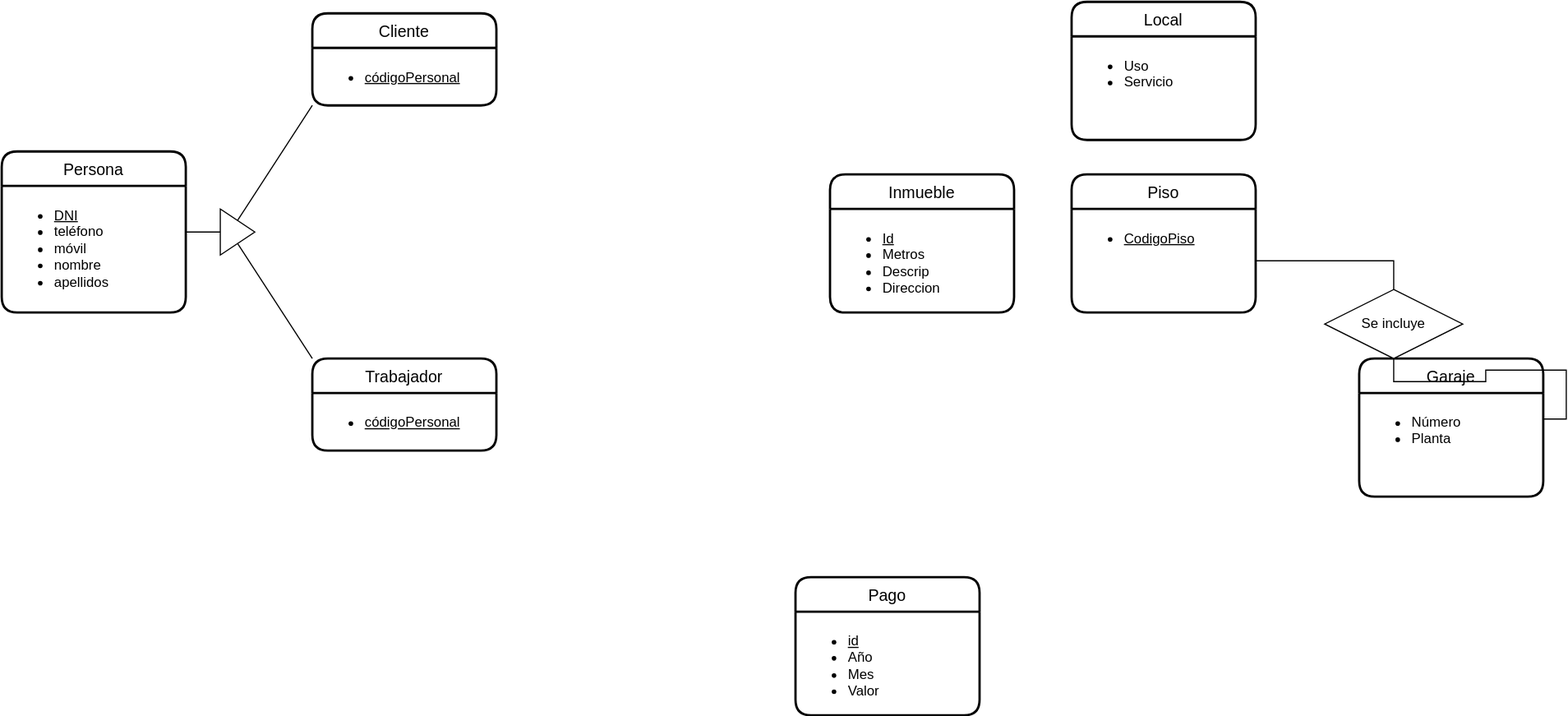
Before: UD12-18.svg, a diagram exported from draw.io (Jimxx22/C3-UD11-UML). Source tidied: cells renumbered, new cells last; positions are measured from the earlier drawing's top-left corner, leaving out a move shared by most shapes.
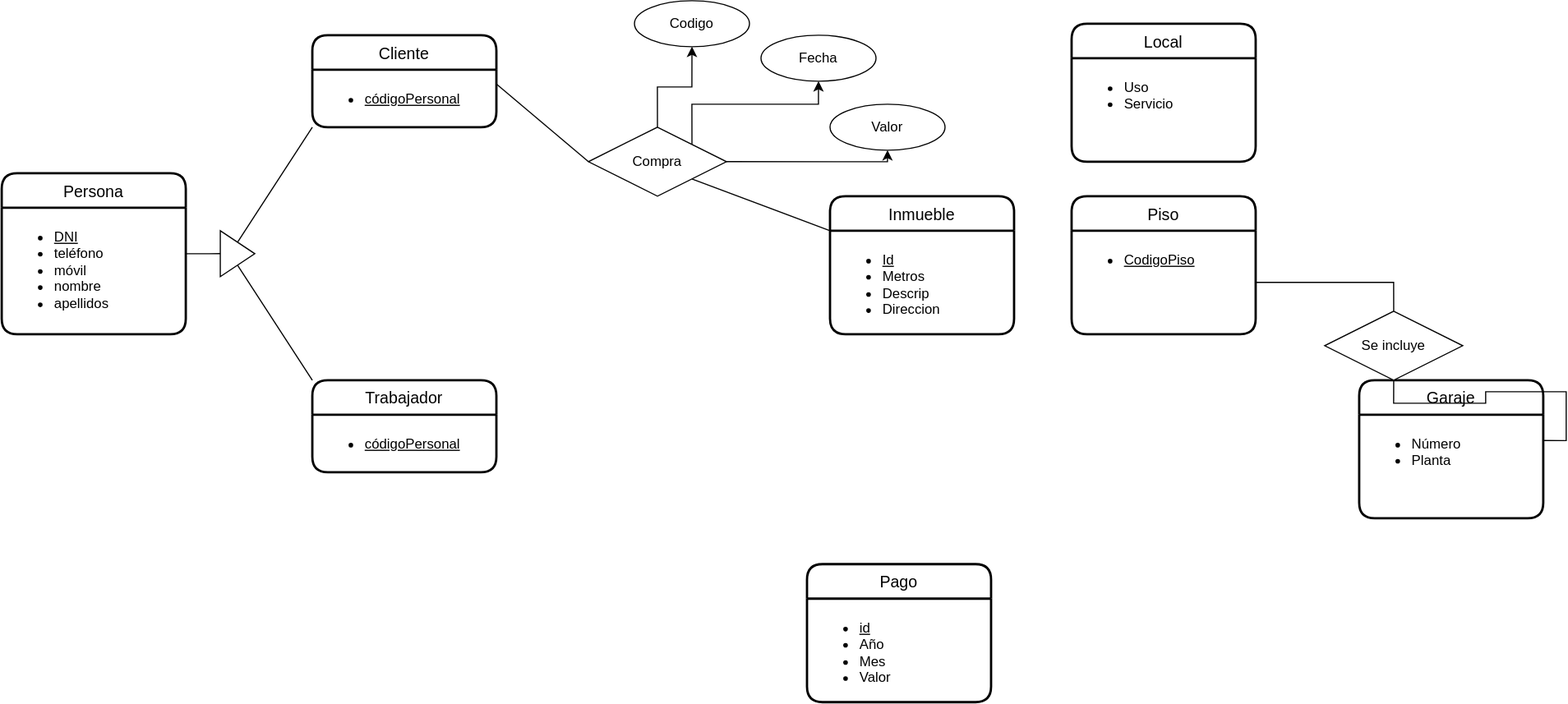
The same diagram one commit later.

Change to the diagram source:
```diff
@@ -45,31 +45,67 @@
       <mxGeometry y="30" width="160" height="90" as="geometry" />
     </mxCell>
     <mxCell id="16" value="Pago" style="swimlane;horizontal=1;startSize=30;rounded=1;fontSize=14;fontStyle=0;strokeWidth=2;shadow=0;dashed=0;align=center;" parent="1" vertex="1">
-      <mxGeometry x="690" y="500" width="160" height="120" as="geometry" />
+      <mxGeometry x="700" y="470" width="160" height="120" as="geometry" />
     </mxCell>
     <mxCell id="17" value="&lt;ul&gt;&lt;li&gt;&lt;u&gt;id&lt;/u&gt;&lt;/li&gt;&lt;li&gt;Año&lt;/li&gt;&lt;li&gt;Mes&lt;/li&gt;&lt;li&gt;Valor&lt;/li&gt;&lt;/ul&gt;" style="align=left;strokeColor=none;fillColor=none;spacingLeft=4;fontSize=12;verticalAlign=top;html=1;" parent="16" vertex="1">
       <mxGeometry y="30" width="160" height="90" as="geometry" />
     </mxCell>
+    <mxCell id="25" style="edgeStyle=orthogonalEdgeStyle;rounded=0;jettySize=auto;html=1;exitX=0.5;exitY=0;exitDx=0;exitDy=0;entryX=0.5;entryY=1;entryDx=0;entryDy=0;" parent="1" edge="1" source="28" target="29">
+      <mxGeometry relative="1" as="geometry" />
+    </mxCell>
     <mxCell id="18" style="triangle;whiteSpace=wrap;html=1;" parent="1" vertex="1">
       <mxGeometry x="190" y="180" width="30" height="40" as="geometry" />
     </mxCell>
+    <mxCell id="26" style="edgeStyle=orthogonalEdgeStyle;rounded=0;jettySize=auto;html=1;exitX=1;exitY=0;exitDx=0;exitDy=0;entryX=0.5;entryY=1;entryDx=0;entryDy=0;" parent="1" edge="1" source="28" target="30">
+      <mxGeometry relative="1" as="geometry">
+        <Array as="points">
+          <mxPoint x="600" y="70" />
+          <mxPoint x="710" y="70" />
+        </Array>
+      </mxGeometry>
+    </mxCell>
     <mxCell id="19" style="endArrow=none;html=1;rounded=0;exitX=1;exitY=0.364;exitDx=0;exitDy=0;exitPerimeter=0;entryX=0;entryY=0.5;entryDx=0;entryDy=0;" parent="1" edge="1" source="3" target="18">
       <mxGeometry relative="1" as="geometry" />
     </mxCell>
+    <mxCell id="27" style="edgeStyle=orthogonalEdgeStyle;rounded=0;jettySize=auto;html=1;exitX=1;exitY=0.5;exitDx=0;exitDy=0;entryX=0.5;entryY=1;entryDx=0;entryDy=0;" parent="1" edge="1" source="28" target="31">
+      <mxGeometry relative="1" as="geometry">
+        <Array as="points">
+          <mxPoint x="770" y="120" />
+        </Array>
+      </mxGeometry>
+    </mxCell>
     <mxCell id="20" style="endArrow=none;html=1;rounded=0;exitX=0.5;exitY=1;exitDx=0;exitDy=0;entryX=0;entryY=0;entryDx=0;entryDy=0;" parent="1" edge="1" source="18" target="4">
       <mxGeometry relative="1" as="geometry" />
     </mxCell>
+    <mxCell id="28" value="Compra" style="shape=rhombus;perimeter=rhombusPerimeter;whiteSpace=wrap;html=1;align=center;" parent="1" vertex="1">
+      <mxGeometry x="510" y="90" width="120" height="60" as="geometry" />
+    </mxCell>
     <mxCell id="21" style="endArrow=none;html=1;rounded=0;exitX=0.5;exitY=0;exitDx=0;exitDy=0;entryX=0;entryY=1;entryDx=0;entryDy=0;" parent="1" edge="1" source="18" target="7">
       <mxGeometry relative="1" as="geometry" />
     </mxCell>
+    <mxCell id="29" value="Codigo" style="ellipse;whiteSpace=wrap;html=1;align=center;" parent="1" vertex="1">
+      <mxGeometry x="550" y="-20" width="100" height="40" as="geometry" />
+    </mxCell>
     <mxCell id="22" style="edgeStyle=orthogonalEdgeStyle;rounded=0;jettySize=auto;html=1;exitX=0.5;exitY=1;exitDx=0;exitDy=0;entryX=1;entryY=0.25;entryDx=0;entryDy=0;endArrow=none;endFill=0;" parent="1" edge="1" source="24" target="13">
       <mxGeometry relative="1" as="geometry" />
     </mxCell>
+    <mxCell id="30" value="Fecha" style="ellipse;whiteSpace=wrap;html=1;align=center;" parent="1" vertex="1">
+      <mxGeometry x="660" y="10" width="100" height="40" as="geometry" />
+    </mxCell>
     <mxCell id="23" style="edgeStyle=orthogonalEdgeStyle;rounded=0;jettySize=auto;html=1;exitX=0.5;exitY=0;exitDx=0;exitDy=0;entryX=1;entryY=0.5;entryDx=0;entryDy=0;endArrow=none;endFill=0;" parent="1" edge="1" source="24" target="15">
       <mxGeometry relative="1" as="geometry" />
     </mxCell>
+    <mxCell id="31" value="Valor" style="ellipse;whiteSpace=wrap;html=1;align=center;" parent="1" vertex="1">
+      <mxGeometry x="720" y="70" width="100" height="40" as="geometry" />
+    </mxCell>
     <mxCell id="24" value="Se incluye" style="shape=rhombus;perimeter=rhombusPerimeter;whiteSpace=wrap;html=1;align=center;" parent="1" vertex="1">
       <mxGeometry x="1150" y="250" width="120" height="60" as="geometry" />
     </mxCell>
+    <mxCell id="32" style="endArrow=none;html=1;rounded=0;exitX=1;exitY=0.25;exitDx=0;exitDy=0;entryX=0;entryY=0.5;entryDx=0;entryDy=0;" parent="1" edge="1" source="7" target="28">
+      <mxGeometry relative="1" as="geometry" />
+    </mxCell>
+    <mxCell id="33" style="endArrow=none;html=1;rounded=0;exitX=1;exitY=1;exitDx=0;exitDy=0;entryX=0;entryY=0.25;entryDx=0;entryDy=0;" parent="1" edge="1" source="28" target="8">
+      <mxGeometry relative="1" as="geometry" />
+    </mxCell>
   </root>
 </mxGraphModel>
```
